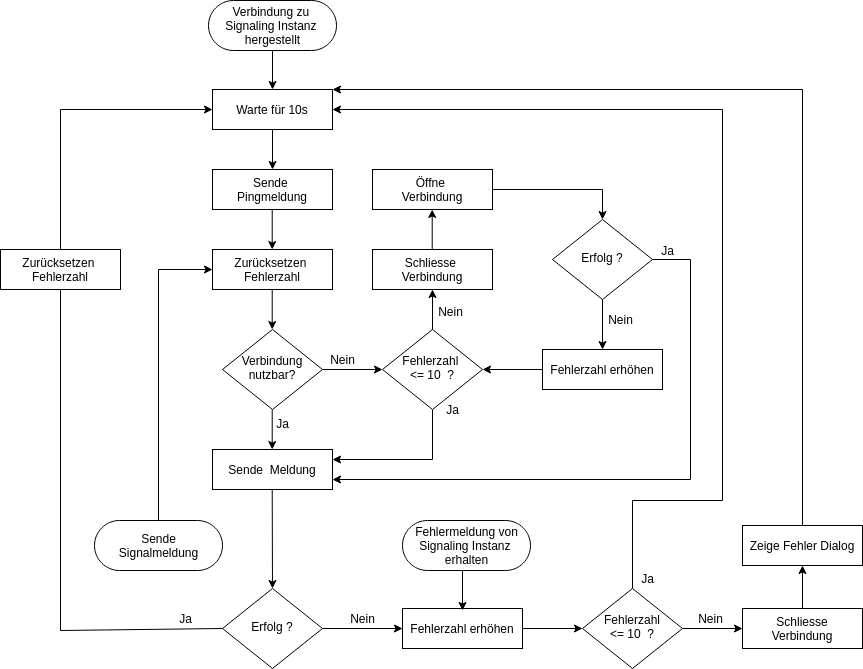
Above: src/graphics/diagramms/flow_connection.png in jsvilling/IP6_Bachelorarbeit_Bericht_Cloudbasiertes_Praxisrufsystem (draw.io), before the change. Source tidied: cells renumbered, new cells last; positions are measured from the earlier drawing's top-left corner, leaving out a move shared by most shapes.
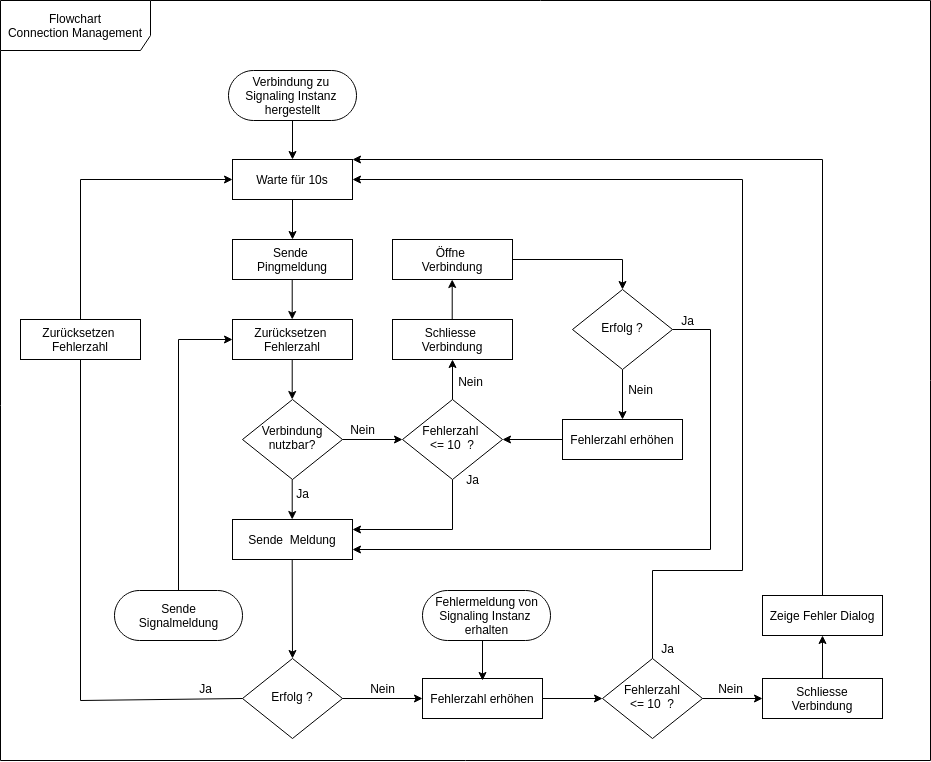
The same diagram one commit later.

What changed in the source:
```diff
@@ -214,5 +214,8 @@
         </Array>
       </mxGeometry>
     </mxCell>
+    <mxCell id="55" value="Flowchart&lt;br&gt;Connection Management" style="shape=umlFrame;whiteSpace=wrap;html=1;width=150;height=50;" parent="1" vertex="1">
+      <mxGeometry x="-20" y="-70" width="930" height="760" as="geometry" />
+    </mxCell>
   </root>
 </mxGraphModel>
```
